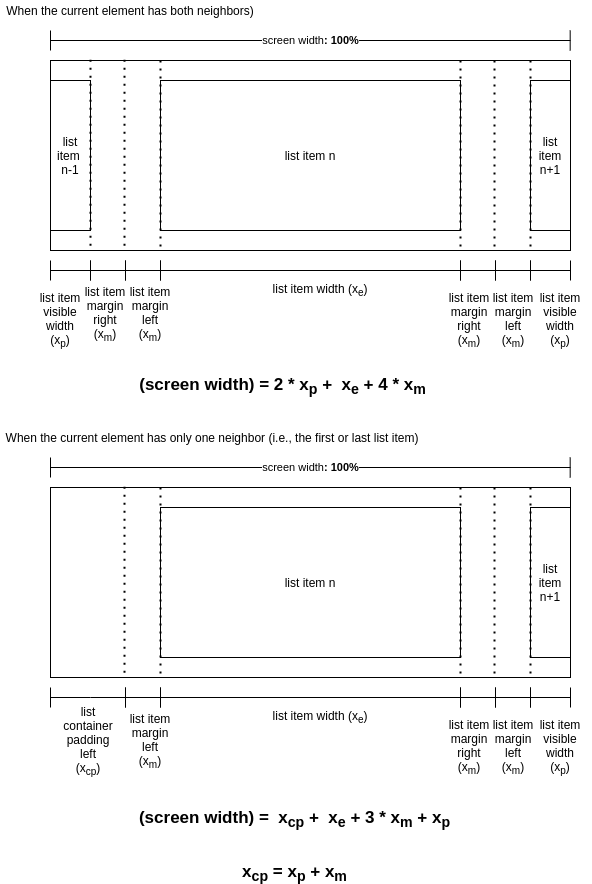
Above: list-item-layout-2.png in stsiwo/stsDev-article-horizontal-scroll-list (draw.io), before the change. Source tidied: cells renumbered, new cells last; positions are measured from the earlier drawing's top-left corner, leaving out a move shared by most shapes.
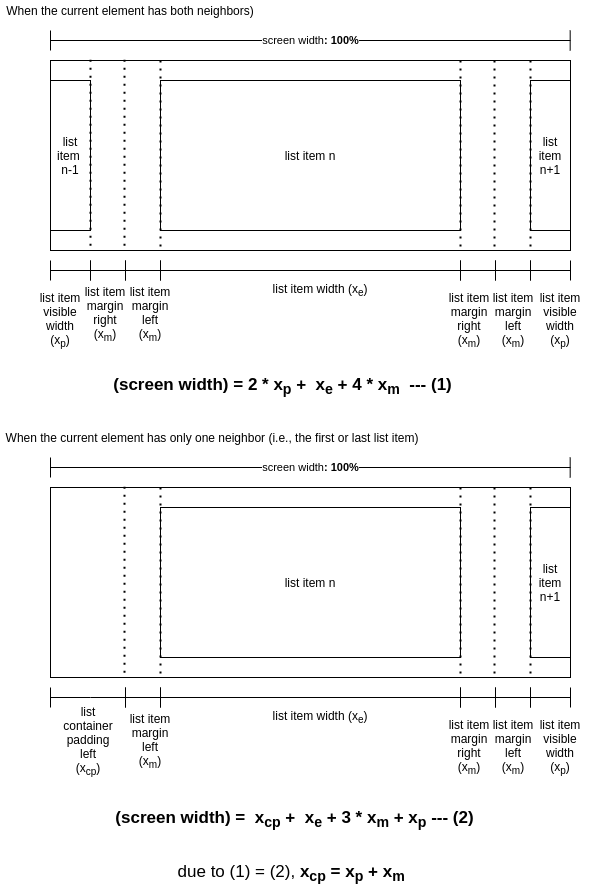
Later version of the same file.

Diff of the diagram source:
```diff
@@ -450,14 +450,14 @@
         <mxPoint x="125" y="697" as="targetPoint" />
       </mxGeometry>
     </mxCell>
-    <mxCell id="95" value="&lt;font style=&quot;font-size: 17px&quot;&gt;&lt;b&gt;(screen width) = 2 * x&lt;sub&gt;p&lt;/sub&gt;&amp;nbsp;+&amp;nbsp;&amp;nbsp;&lt;/b&gt;&lt;b&gt;x&lt;sub&gt;e&lt;/sub&gt;&lt;/b&gt;&lt;b&gt;&amp;nbsp;+ 4 *&amp;nbsp;&lt;/b&gt;&lt;b&gt;x&lt;sub&gt;m&lt;/sub&gt;&lt;/b&gt;&lt;/font&gt;" style="text;html=1;strokeColor=none;fillColor=none;align=center;verticalAlign=middle;whiteSpace=wrap;rounded=0;" parent="1" vertex="1">
+    <mxCell id="95" value="&lt;font style=&quot;font-size: 17px&quot;&gt;&lt;b&gt;(screen width) = 2 * x&lt;sub&gt;p&lt;/sub&gt;&amp;nbsp;+&amp;nbsp;&amp;nbsp;&lt;/b&gt;&lt;b&gt;x&lt;sub&gt;e&lt;/sub&gt;&lt;/b&gt;&lt;b&gt;&amp;nbsp;+ 4 *&amp;nbsp;&lt;/b&gt;&lt;b&gt;x&lt;sub&gt;m&lt;/sub&gt;&amp;nbsp; --- (1)&lt;/b&gt;&lt;/font&gt;" style="text;html=1;strokeColor=none;fillColor=none;align=center;verticalAlign=middle;whiteSpace=wrap;rounded=0;" parent="1" vertex="1">
       <mxGeometry x="81.5" y="375" width="401" height="20" as="geometry" />
     </mxCell>
-    <mxCell id="96" value="&lt;font style=&quot;font-size: 17px&quot;&gt;&lt;b&gt;(screen width) =&amp;nbsp; x&lt;sub&gt;cp&lt;/sub&gt;&amp;nbsp;+&amp;nbsp;&amp;nbsp;&lt;/b&gt;&lt;b&gt;x&lt;sub&gt;e&lt;/sub&gt;&lt;/b&gt;&lt;b&gt;&amp;nbsp;+ 3 *&amp;nbsp;&lt;/b&gt;&lt;b&gt;x&lt;sub&gt;m&lt;/sub&gt;&amp;nbsp;+&amp;nbsp;&lt;/b&gt;&lt;/font&gt;&lt;b style=&quot;font-size: 17px&quot;&gt;x&lt;sub&gt;p&lt;/sub&gt;&lt;/b&gt;" style="text;html=1;strokeColor=none;fillColor=none;align=center;verticalAlign=middle;whiteSpace=wrap;rounded=0;" parent="1" vertex="1">
+    <mxCell id="96" value="&lt;font style=&quot;font-size: 17px&quot;&gt;&lt;b&gt;(screen width) =&amp;nbsp; x&lt;sub&gt;cp&lt;/sub&gt;&amp;nbsp;+&amp;nbsp;&amp;nbsp;&lt;/b&gt;&lt;b&gt;x&lt;sub&gt;e&lt;/sub&gt;&lt;/b&gt;&lt;b&gt;&amp;nbsp;+ 3 *&amp;nbsp;&lt;/b&gt;&lt;b&gt;x&lt;sub&gt;m&lt;/sub&gt;&amp;nbsp;+&amp;nbsp;&lt;/b&gt;&lt;/font&gt;&lt;b style=&quot;font-size: 17px&quot;&gt;x&lt;sub&gt;p&lt;/sub&gt;&amp;nbsp;--- (2)&lt;/b&gt;" style="text;html=1;strokeColor=none;fillColor=none;align=center;verticalAlign=middle;whiteSpace=wrap;rounded=0;" parent="1" vertex="1">
       <mxGeometry x="94" y="808" width="401" height="20" as="geometry" />
     </mxCell>
-    <mxCell id="97" value="&lt;font style=&quot;font-size: 17px&quot;&gt;&lt;b&gt;x&lt;sub&gt;cp&lt;/sub&gt;&amp;nbsp;=&amp;nbsp;&lt;/b&gt;&lt;b&gt;x&lt;sub&gt;p&lt;/sub&gt;&lt;/b&gt;&lt;b&gt;&amp;nbsp;+&amp;nbsp;&lt;/b&gt;&lt;b&gt;x&lt;sub&gt;m&lt;/sub&gt;&lt;/b&gt;&lt;/font&gt;" style="text;html=1;strokeColor=none;fillColor=none;align=center;verticalAlign=middle;whiteSpace=wrap;rounded=0;" parent="1" vertex="1">
-      <mxGeometry x="94" y="862" width="401" height="20" as="geometry" />
+    <mxCell id="97" value="&lt;font style=&quot;font-size: 17px&quot;&gt;due to (1) = (2),&lt;b&gt; x&lt;sub&gt;cp&lt;/sub&gt;&amp;nbsp;=&amp;nbsp;&lt;/b&gt;&lt;b&gt;x&lt;sub&gt;p&lt;/sub&gt;&lt;/b&gt;&lt;b&gt;&amp;nbsp;+&amp;nbsp;&lt;/b&gt;&lt;b&gt;x&lt;sub&gt;m&lt;/sub&gt;&amp;nbsp;&lt;/b&gt;&lt;/font&gt;" style="text;html=1;strokeColor=none;fillColor=none;align=center;verticalAlign=middle;whiteSpace=wrap;rounded=0;" parent="1" vertex="1">
+      <mxGeometry x="93" y="862" width="401" height="20" as="geometry" />
     </mxCell>
   </root>
 </mxGraphModel>
```
